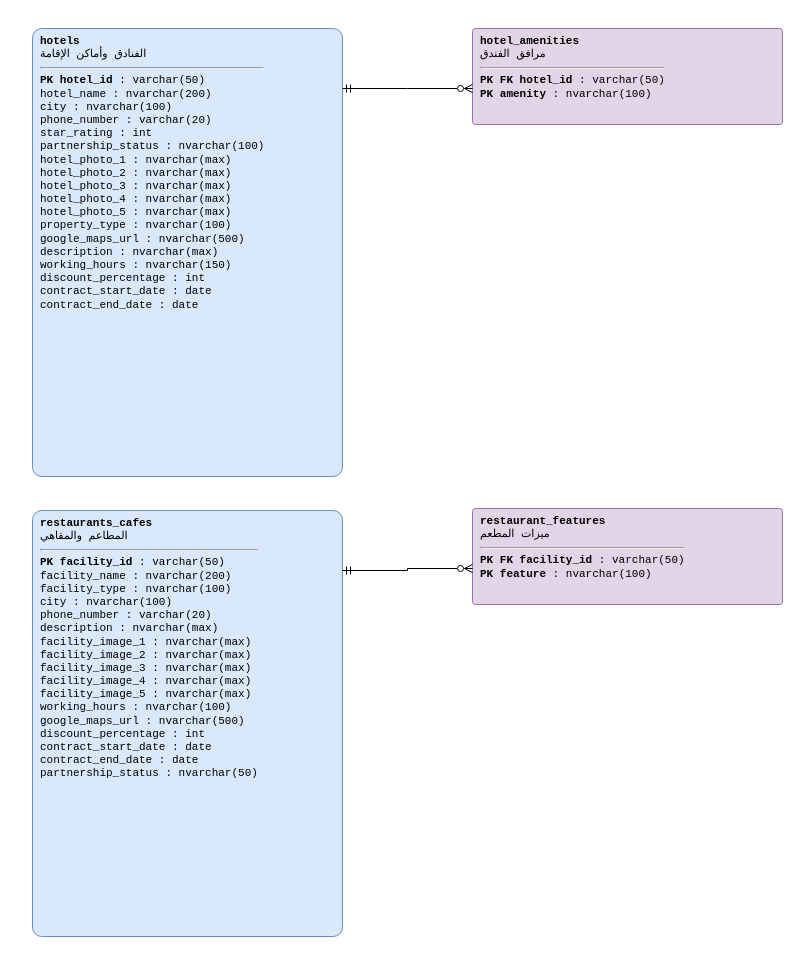
masara-prog/Delni-project keeps this draw.io diagram as مخططات_قاعدة_البيانات/erd5_facilities.drawio. Above is the earlier version. Source tidied: cells renumbered, new cells numbered last; positions are measured from the earlier drawing's top-left corner, leaving out a move shared by most shapes. Both pictures are drawn from the tidied source at 100%, with x=0, y=0 at pixel (32, 28).
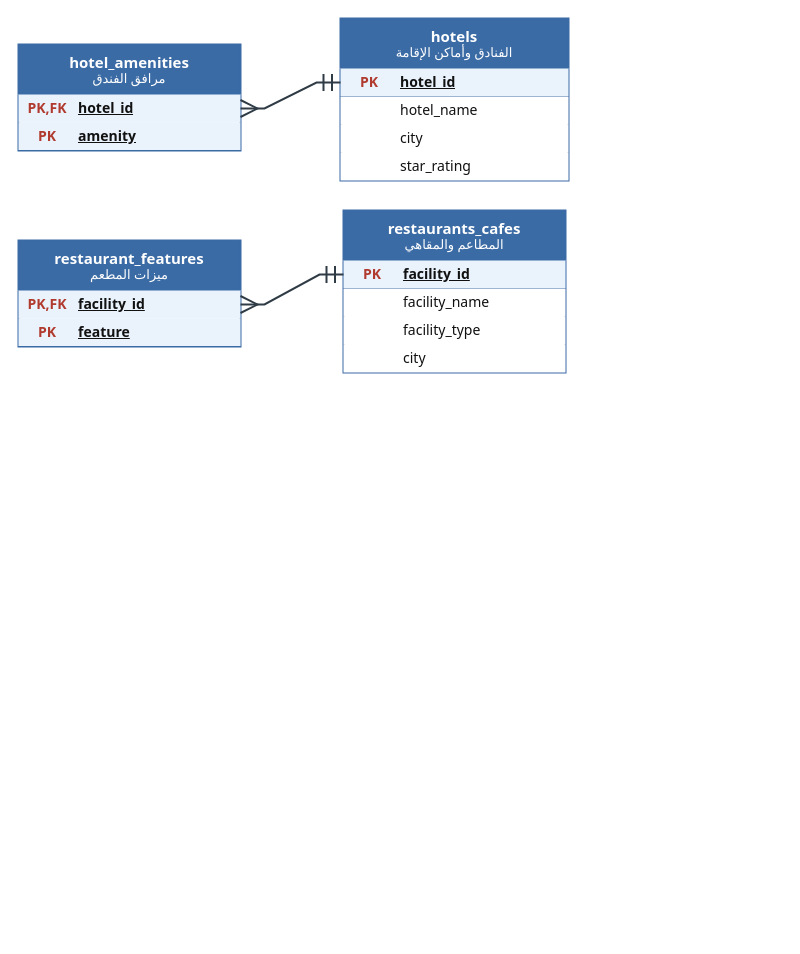
The same diagram, later.

What changed in the source:
```diff
@@
-    <mxCell id="2" value="&lt;b&gt;hotels&lt;/b&gt;&lt;br&gt;الفنادق وأماكن الإقامة&lt;hr&gt;&lt;b&gt;PK hotel_id&lt;/b&gt; : varchar(50)&lt;br&gt;hotel_name : nvarchar(200)&lt;br&gt;city : nvarchar(100)&lt;br&gt;phone_number : varchar(20)&lt;br&gt;star_rating : int&lt;br&gt;partnership_status : nvarchar(100)&lt;br&gt;hotel_photo_1 : nvarchar(max)&lt;br&gt;hotel_photo_2 : nvarchar(max)&lt;br&gt;hotel_photo_3 : nvarchar(max)&lt;br&gt;hotel_photo_4 : nvarchar(max)&lt;br&gt;hotel_photo_5 : nvarchar(max)&lt;br&gt;property_type : nvarchar(100)&lt;br&gt;google_maps_url : nvarchar(500)&lt;br&gt;description : nvarchar(max)&lt;br&gt;working_hours : nvarchar(150)&lt;br&gt;discount_percentage : int&lt;br&gt;contract_start_date : date&lt;br&gt;contract_end_date : date&lt;br&gt;" style="rounded=1;arcSize=3;whiteSpace=wrap;html=1;align=left;verticalAlign=top;spacingLeft=6;fillColor=#dae8fc;strokeColor=#6c8ebf;fontFamily=Consolas;fontSize=11;" parent="1" vertex="1">
-      <mxGeometry width="310" height="448" as="geometry" />
-    </mxCell>
-    <mxCell id="3" value="&lt;b&gt;hotel_amenities&lt;/b&gt;&lt;br&gt;مرافق الفندق&lt;hr&gt;&lt;b&gt;PK FK hotel_id&lt;/b&gt; : varchar(50)&lt;br&gt;&lt;b&gt;PK amenity&lt;/b&gt; : nvarchar(100)&lt;br&gt;" style="rounded=1;arcSize=3;whiteSpace=wrap;html=1;align=left;verticalAlign=top;spacingLeft=6;fillColor=#e1d5e7;strokeColor=#9673a6;fontFamily=Consolas;fontSize=11;" parent="1" vertex="1">
-      <mxGeometry x="440" width="310" height="96" as="geometry" />
-    </mxCell>
-    <mxCell id="4" value="&lt;b&gt;restaurants_cafes&lt;/b&gt;&lt;br&gt;المطاعم والمقاهي&lt;hr&gt;&lt;b&gt;PK facility_id&lt;/b&gt; : varchar(50)&lt;br&gt;facility_name : nvarchar(200)&lt;br&gt;facility_type : nvarchar(100)&lt;br&gt;city : nvarchar(100)&lt;br&gt;phone_number : varchar(20)&lt;br&gt;description : nvarchar(max)&lt;br&gt;facility_image_1 : nvarchar(max)&lt;br&gt;facility_image_2 : nvarchar(max)&lt;br&gt;facility_image_3 : nvarchar(max)&lt;br&gt;facility_image_4 : nvarchar(max)&lt;br&gt;facility_image_5 : nvarchar(max)&lt;br&gt;working_hours : nvarchar(100)&lt;br&gt;google_maps_url : nvarchar(500)&lt;br&gt;discount_percentage : int&lt;br&gt;contract_start_date : date&lt;br&gt;contract_end_date : date&lt;br&gt;partnership_status : nvarchar(50)&lt;br&gt;" style="rounded=1;arcSize=3;whiteSpace=wrap;html=1;align=left;verticalAlign=top;spacingLeft=6;fillColor=#dae8fc;strokeColor=#6c8ebf;fontFamily=Consolas;fontSize=11;" parent="1" vertex="1">
-      <mxGeometry y="482" width="310" height="426" as="geometry" />
-    </mxCell>
-    <mxCell id="5" value="&lt;b&gt;restaurant_features&lt;/b&gt;&lt;br&gt;ميزات المطعم&lt;hr&gt;&lt;b&gt;PK FK facility_id&lt;/b&gt; : varchar(50)&lt;br&gt;&lt;b&gt;PK feature&lt;/b&gt; : nvarchar(100)&lt;br&gt;" style="rounded=1;arcSize=3;whiteSpace=wrap;html=1;align=left;verticalAlign=top;spacingLeft=6;fillColor=#e1d5e7;strokeColor=#9673a6;fontFamily=Consolas;fontSize=11;" parent="1" vertex="1">
-      <mxGeometry x="440" y="480" width="310" height="96" as="geometry" />
-    </mxCell>
-    <mxCell id="6" style="edgeStyle=orthogonalEdgeStyle;html=1;endArrow=ERmandOne;startArrow=ERzeroToMany;endFill=0;startFill=0;rounded=0;" parent="1" edge="1" source="3" target="2">
-      <mxGeometry relative="1" as="geometry">
-        <Array as="points">
-          <mxPoint x="375" y="60" />
-          <mxPoint x="375" y="60" />
-        </Array>
-      </mxGeometry>
-    </mxCell>
-    <mxCell id="7" style="edgeStyle=orthogonalEdgeStyle;html=1;endArrow=ERmandOne;startArrow=ERzeroToMany;endFill=0;startFill=0;rounded=0;" parent="1" edge="1" source="5" target="4">
-      <mxGeometry relative="1" as="geometry">
-        <Array as="points">
-          <mxPoint x="375" y="540" />
-          <mxPoint x="375" y="542" />
-        </Array>
-      </mxGeometry>
-    </mxCell>
+    <mxCell id="8" value="&lt;b style=&quot;font-size:15px&quot;&gt;hotel_amenities&lt;/b&gt;&lt;br&gt;&lt;span style=&quot;font-size:13px&quot;&gt;مرافق الفندق&lt;/span&gt;" style="shape=table;startSize=50;childLayout=tableLayout;rowLines=0;columnLines=0;fontStyle=0;align=center;html=1;whiteSpace=wrap;fillColor=#3B6BA5;fontColor=#FFFFFF;strokeColor=#3B6BA5;strokeWidth=2;swimlaneFillColor=#FFFFFF;fontFamily=Tahoma;rounded=0;" parent="1" vertex="1">
+      <mxGeometry x="-14" y="16" width="222" height="106" as="geometry" />
+    </mxCell>
+    <mxCell id="9" style="shape=tableRow;horizontal=0;startSize=0;swimlaneHead=0;swimlaneBody=0;fillColor=#EAF2FB;points=[[0,0.5],[1,0.5]];portConstraint=eastwest;top=0;left=0;right=0;bottom=0;strokeColor=#3B6BA5;" parent="8" vertex="1">
+      <mxGeometry y="50" width="222" height="28" as="geometry" />
+    </mxCell>
+    <mxCell id="10" value="PK,FK" style="shape=partialRectangle;fillColor=none;top=0;left=0;bottom=0;right=0;align=center;spacingLeft=6;overflow=hidden;fontSize=14;fontFamily=Tahoma;fontStyle=1;fontColor=#B03A2E;html=1;" parent="9" vertex="1">
+      <mxGeometry width="52" height="28" as="geometry" />
+    </mxCell>
+    <mxCell id="11" value="hotel_id" style="shape=partialRectangle;fillColor=none;top=0;left=0;bottom=0;right=0;align=left;spacingLeft=6;overflow=hidden;fontSize=14;fontFamily=Tahoma;fontStyle=5;fontColor=#111111;html=1;" parent="9" vertex="1">
+      <mxGeometry x="52" width="170" height="28" as="geometry" />
+    </mxCell>
+    <mxCell id="12" style="shape=tableRow;horizontal=0;startSize=0;swimlaneHead=0;swimlaneBody=0;fillColor=#EAF2FB;top=0;left=0;right=0;bottom=1;strokeColor=#3B6BA5;" parent="8" vertex="1">
+      <mxGeometry y="78" width="222" height="28" as="geometry" />
+    </mxCell>
+    <mxCell id="13" value="PK" style="shape=partialRectangle;fillColor=none;top=0;left=0;bottom=0;right=0;align=center;spacingLeft=6;overflow=hidden;fontSize=14;fontFamily=Tahoma;fontStyle=1;fontColor=#B03A2E;html=1;" parent="12" vertex="1">
+      <mxGeometry width="52" height="28" as="geometry" />
+    </mxCell>
+    <mxCell id="14" value="amenity" style="shape=partialRectangle;fillColor=none;top=0;left=0;bottom=0;right=0;align=left;spacingLeft=6;overflow=hidden;fontSize=14;fontFamily=Tahoma;fontStyle=5;fontColor=#111111;html=1;" parent="12" vertex="1">
+      <mxGeometry x="52" width="170" height="28" as="geometry" />
+    </mxCell>
+    <mxCell id="15" value="&lt;b style=&quot;font-size:15px&quot;&gt;restaurant_features&lt;/b&gt;&lt;br&gt;&lt;span style=&quot;font-size:13px&quot;&gt;ميزات المطعم&lt;/span&gt;" style="shape=table;startSize=50;childLayout=tableLayout;rowLines=0;columnLines=0;fontStyle=0;align=center;html=1;whiteSpace=wrap;fillColor=#3B6BA5;fontColor=#FFFFFF;strokeColor=#3B6BA5;strokeWidth=2;swimlaneFillColor=#FFFFFF;fontFamily=Tahoma;rounded=0;" parent="1" vertex="1">
+      <mxGeometry x="-14" y="212" width="222" height="106" as="geometry" />
+    </mxCell>
+    <mxCell id="16" style="shape=tableRow;horizontal=0;startSize=0;swimlaneHead=0;swimlaneBody=0;fillColor=#EAF2FB;points=[[0,0.5],[1,0.5]];portConstraint=eastwest;top=0;left=0;right=0;bottom=0;strokeColor=#3B6BA5;" parent="15" vertex="1">
+      <mxGeometry y="50" width="222" height="28" as="geometry" />
+    </mxCell>
+    <mxCell id="17" value="PK,FK" style="shape=partialRectangle;fillColor=none;top=0;left=0;bottom=0;right=0;align=center;spacingLeft=6;overflow=hidden;fontSize=14;fontFamily=Tahoma;fontStyle=1;fontColor=#B03A2E;html=1;" parent="16" vertex="1">
+      <mxGeometry width="52" height="28" as="geometry" />
+    </mxCell>
+    <mxCell id="18" value="facility_id" style="shape=partialRectangle;fillColor=none;top=0;left=0;bottom=0;right=0;align=left;spacingLeft=6;overflow=hidden;fontSize=14;fontFamily=Tahoma;fontStyle=5;fontColor=#111111;html=1;" parent="16" vertex="1">
+      <mxGeometry x="52" width="170" height="28" as="geometry" />
+    </mxCell>
+    <mxCell id="19" style="shape=tableRow;horizontal=0;startSize=0;swimlaneHead=0;swimlaneBody=0;fillColor=#EAF2FB;top=0;left=0;right=0;bottom=1;strokeColor=#3B6BA5;" parent="15" vertex="1">
+      <mxGeometry y="78" width="222" height="28" as="geometry" />
+    </mxCell>
+    <mxCell id="20" value="PK" style="shape=partialRectangle;fillColor=none;top=0;left=0;bottom=0;right=0;align=center;spacingLeft=6;overflow=hidden;fontSize=14;fontFamily=Tahoma;fontStyle=1;fontColor=#B03A2E;html=1;" parent="19" vertex="1">
+      <mxGeometry width="52" height="28" as="geometry" />
+    </mxCell>
+    <mxCell id="21" value="feature" style="shape=partialRectangle;fillColor=none;top=0;left=0;bottom=0;right=0;align=left;spacingLeft=6;overflow=hidden;fontSize=14;fontFamily=Tahoma;fontStyle=5;fontColor=#111111;html=1;" parent="19" vertex="1">
+      <mxGeometry x="52" width="170" height="28" as="geometry" />
+    </mxCell>
+    <mxCell id="22" value="&lt;b style=&quot;font-size:15px&quot;&gt;hotels&lt;/b&gt;&lt;br&gt;&lt;span style=&quot;font-size:13px&quot;&gt;الفنادق وأماكن الإقامة&lt;/span&gt;" style="shape=table;startSize=50;childLayout=tableLayout;rowLines=0;columnLines=0;fontStyle=0;align=center;html=1;whiteSpace=wrap;fillColor=#3B6BA5;fontColor=#FFFFFF;strokeColor=#3B6BA5;strokeWidth=2;swimlaneFillColor=#FFFFFF;fontFamily=Tahoma;rounded=0;" parent="1" vertex="1">
+      <mxGeometry x="308" y="-10" width="228" height="162" as="geometry" />
+    </mxCell>
+    <mxCell id="23" style="shape=tableRow;horizontal=0;startSize=0;swimlaneHead=0;swimlaneBody=0;fillColor=#EAF2FB;points=[[0,0.5],[1,0.5]];portConstraint=eastwest;top=0;left=0;right=0;bottom=1;strokeColor=#3B6BA5;" parent="22" vertex="1">
+      <mxGeometry y="50" width="228" height="28" as="geometry" />
+    </mxCell>
+    <mxCell id="24" value="PK" style="shape=partialRectangle;fillColor=none;top=0;left=0;bottom=0;right=0;align=center;spacingLeft=6;overflow=hidden;fontSize=14;fontFamily=Tahoma;fontStyle=1;fontColor=#B03A2E;html=1;" parent="23" vertex="1">
+      <mxGeometry width="52" height="28" as="geometry" />
+    </mxCell>
+    <mxCell id="25" value="hotel_id" style="shape=partialRectangle;fillColor=none;top=0;left=0;bottom=0;right=0;align=left;spacingLeft=6;overflow=hidden;fontSize=14;fontFamily=Tahoma;fontStyle=5;fontColor=#111111;html=1;" parent="23" vertex="1">
+      <mxGeometry x="52" width="176" height="28" as="geometry" />
+    </mxCell>
+    <mxCell id="26" style="shape=tableRow;horizontal=0;startSize=0;swimlaneHead=0;swimlaneBody=0;fillColor=#FFFFFF;top=0;left=0;right=0;bottom=0;strokeColor=#3B6BA5;" parent="22" vertex="1">
+      <mxGeometry y="78" width="228" height="28" as="geometry" />
+    </mxCell>
+    <mxCell id="27" style="shape=partialRectangle;fillColor=none;top=0;left=0;bottom=0;right=0;align=center;spacingLeft=6;overflow=hidden;fontSize=14;fontFamily=Tahoma;fontStyle=1;fontColor=#1F5F99;html=1;" parent="26" vertex="1">
+      <mxGeometry width="52" height="28" as="geometry" />
+    </mxCell>
+    <mxCell id="28" value="hotel_name" style="shape=partialRectangle;fillColor=none;top=0;left=0;bottom=0;right=0;align=left;spacingLeft=6;overflow=hidden;fontSize=14;fontFamily=Tahoma;fontStyle=0;fontColor=#111111;html=1;" parent="26" vertex="1">
+      <mxGeometry x="52" width="176" height="28" as="geometry" />
+    </mxCell>
+    <mxCell id="29" style="shape=tableRow;horizontal=0;startSize=0;swimlaneHead=0;swimlaneBody=0;fillColor=#FFFFFF;top=0;left=0;right=0;bottom=0;strokeColor=#3B6BA5;" parent="22" vertex="1">
+      <mxGeometry y="106" width="228" height="28" as="geometry" />
+    </mxCell>
+    <mxCell id="30" style="shape=partialRectangle;fillColor=none;top=0;left=0;bottom=0;right=0;align=center;spacingLeft=6;overflow=hidden;fontSize=14;fontFamily=Tahoma;fontStyle=1;fontColor=#1F5F99;html=1;" parent="29" vertex="1">
+      <mxGeometry width="52" height="28" as="geometry" />
+    </mxCell>
+    <mxCell id="31" value="city" style="shape=partialRectangle;fillColor=none;top=0;left=0;bottom=0;right=0;align=left;spacingLeft=6;overflow=hidden;fontSize=14;fontFamily=Tahoma;fontStyle=0;fontColor=#111111;html=1;" parent="29" vertex="1">
+      <mxGeometry x="52" width="176" height="28" as="geometry" />
+    </mxCell>
+    <mxCell id="32" style="shape=tableRow;horizontal=0;startSize=0;swimlaneHead=0;swimlaneBody=0;fillColor=#FFFFFF;top=0;left=0;right=0;bottom=0;strokeColor=#3B6BA5;" parent="22" vertex="1">
+      <mxGeometry y="134" width="228" height="28" as="geometry" />
+    </mxCell>
+    <mxCell id="33" style="shape=partialRectangle;fillColor=none;top=0;left=0;bottom=0;right=0;align=center;spacingLeft=6;overflow=hidden;fontSize=14;fontFamily=Tahoma;fontStyle=1;fontColor=#1F5F99;html=1;" parent="32" vertex="1">
+      <mxGeometry width="52" height="28" as="geometry" />
+    </mxCell>
+    <mxCell id="34" value="star_rating" style="shape=partialRectangle;fillColor=none;top=0;left=0;bottom=0;right=0;align=left;spacingLeft=6;overflow=hidden;fontSize=14;fontFamily=Tahoma;fontStyle=0;fontColor=#111111;html=1;" parent="32" vertex="1">
+      <mxGeometry x="52" width="176" height="28" as="geometry" />
+    </mxCell>
+    <mxCell id="35" value="&lt;b style=&quot;font-size:15px&quot;&gt;restaurants_cafes&lt;/b&gt;&lt;br&gt;&lt;span style=&quot;font-size:13px&quot;&gt;المطاعم والمقاهي&lt;/span&gt;" style="shape=table;startSize=50;childLayout=tableLayout;rowLines=0;columnLines=0;fontStyle=0;align=center;html=1;whiteSpace=wrap;fillColor=#3B6BA5;fontColor=#FFFFFF;strokeColor=#3B6BA5;strokeWidth=2;swimlaneFillColor=#FFFFFF;fontFamily=Tahoma;rounded=0;" parent="1" vertex="1">
+      <mxGeometry x="311" y="182" width="222" height="162" as="geometry" />
+    </mxCell>
+    <mxCell id="36" style="shape=tableRow;horizontal=0;startSize=0;swimlaneHead=0;swimlaneBody=0;fillColor=#EAF2FB;points=[[0,0.5],[1,0.5]];portConstraint=eastwest;top=0;left=0;right=0;bottom=1;strokeColor=#3B6BA5;" parent="35" vertex="1">
+      <mxGeometry y="50" width="222" height="28" as="geometry" />
+    </mxCell>
+    <mxCell id="37" value="PK" style="shape=partialRectangle;fillColor=none;top=0;left=0;bottom=0;right=0;align=center;spacingLeft=6;overflow=hidden;fontSize=14;fontFamily=Tahoma;fontStyle=1;fontColor=#B03A2E;html=1;" parent="36" vertex="1">
+      <mxGeometry width="52" height="28" as="geometry" />
+    </mxCell>
+    <mxCell id="38" value="facility_id" style="shape=partialRectangle;fillColor=none;top=0;left=0;bottom=0;right=0;align=left;spacingLeft=6;overflow=hidden;fontSize=14;fontFamily=Tahoma;fontStyle=5;fontColor=#111111;html=1;" parent="36" vertex="1">
+      <mxGeometry x="52" width="170" height="28" as="geometry" />
+    </mxCell>
+    <mxCell id="39" style="shape=tableRow;horizontal=0;startSize=0;swimlaneHead=0;swimlaneBody=0;fillColor=#FFFFFF;top=0;left=0;right=0;bottom=0;strokeColor=#3B6BA5;" parent="35" vertex="1">
+      <mxGeometry y="78" width="222" height="28" as="geometry" />
+    </mxCell>
+    <mxCell id="40" style="shape=partialRectangle;fillColor=none;top=0;left=0;bottom=0;right=0;align=center;spacingLeft=6;overflow=hidden;fontSize=14;fontFamily=Tahoma;fontStyle=1;fontColor=#1F5F99;html=1;" parent="39" vertex="1">
+      <mxGeometry width="52" height="28" as="geometry" />
+    </mxCell>
+    <mxCell id="41" value="facility_name" style="shape=partialRectangle;fillColor=none;top=0;left=0;bottom=0;right=0;align=left;spacingLeft=6;overflow=hidden;fontSize=14;fontFamily=Tahoma;fontStyle=0;fontColor=#111111;html=1;" parent="39" vertex="1">
+      <mxGeometry x="52" width="170" height="28" as="geometry" />
+    </mxCell>
+    <mxCell id="42" style="shape=tableRow;horizontal=0;startSize=0;swimlaneHead=0;swimlaneBody=0;fillColor=#FFFFFF;top=0;left=0;right=0;bottom=0;strokeColor=#3B6BA5;" parent="35" vertex="1">
+      <mxGeometry y="106" width="222" height="28" as="geometry" />
+    </mxCell>
+    <mxCell id="43" style="shape=partialRectangle;fillColor=none;top=0;left=0;bottom=0;right=0;align=center;spacingLeft=6;overflow=hidden;fontSize=14;fontFamily=Tahoma;fontStyle=1;fontColor=#1F5F99;html=1;" parent="42" vertex="1">
+      <mxGeometry width="52" height="28" as="geometry" />
+    </mxCell>
+    <mxCell id="44" value="facility_type" style="shape=partialRectangle;fillColor=none;top=0;left=0;bottom=0;right=0;align=left;spacingLeft=6;overflow=hidden;fontSize=14;fontFamily=Tahoma;fontStyle=0;fontColor=#111111;html=1;" parent="42" vertex="1">
+      <mxGeometry x="52" width="170" height="28" as="geometry" />
+    </mxCell>
+    <mxCell id="45" style="shape=tableRow;horizontal=0;startSize=0;swimlaneHead=0;swimlaneBody=0;fillColor=#FFFFFF;top=0;left=0;right=0;bottom=0;strokeColor=#3B6BA5;" parent="35" vertex="1">
+      <mxGeometry y="134" width="222" height="28" as="geometry" />
+    </mxCell>
+    <mxCell id="46" style="shape=partialRectangle;fillColor=none;top=0;left=0;bottom=0;right=0;align=center;spacingLeft=6;overflow=hidden;fontSize=14;fontFamily=Tahoma;fontStyle=1;fontColor=#1F5F99;html=1;" parent="45" vertex="1">
+      <mxGeometry width="52" height="28" as="geometry" />
+    </mxCell>
+    <mxCell id="47" value="city" style="shape=partialRectangle;fillColor=none;top=0;left=0;bottom=0;right=0;align=left;spacingLeft=6;overflow=hidden;fontSize=14;fontFamily=Tahoma;fontStyle=0;fontColor=#111111;html=1;" parent="45" vertex="1">
+      <mxGeometry x="52" width="170" height="28" as="geometry" />
+    </mxCell>
+    <mxCell id="48" style="edgeStyle=entityRelationEdgeStyle;rounded=0;html=1;startArrow=ERmany;endArrow=ERmandOne;startFill=0;endFill=0;startSize=14;endSize=14;strokeWidth=2;strokeColor=#2F3B45;segment=24;" parent="1" edge="1" source="9" target="23">
+      <mxGeometry relative="1" as="geometry" />
+    </mxCell>
+    <mxCell id="49" style="edgeStyle=entityRelationEdgeStyle;rounded=0;html=1;startArrow=ERmany;endArrow=ERmandOne;startFill=0;endFill=0;startSize=14;endSize=14;strokeWidth=2;strokeColor=#2F3B45;segment=24;" parent="1" edge="1" source="16" target="36">
+      <mxGeometry relative="1" as="geometry" />
+    </mxCell>
```
